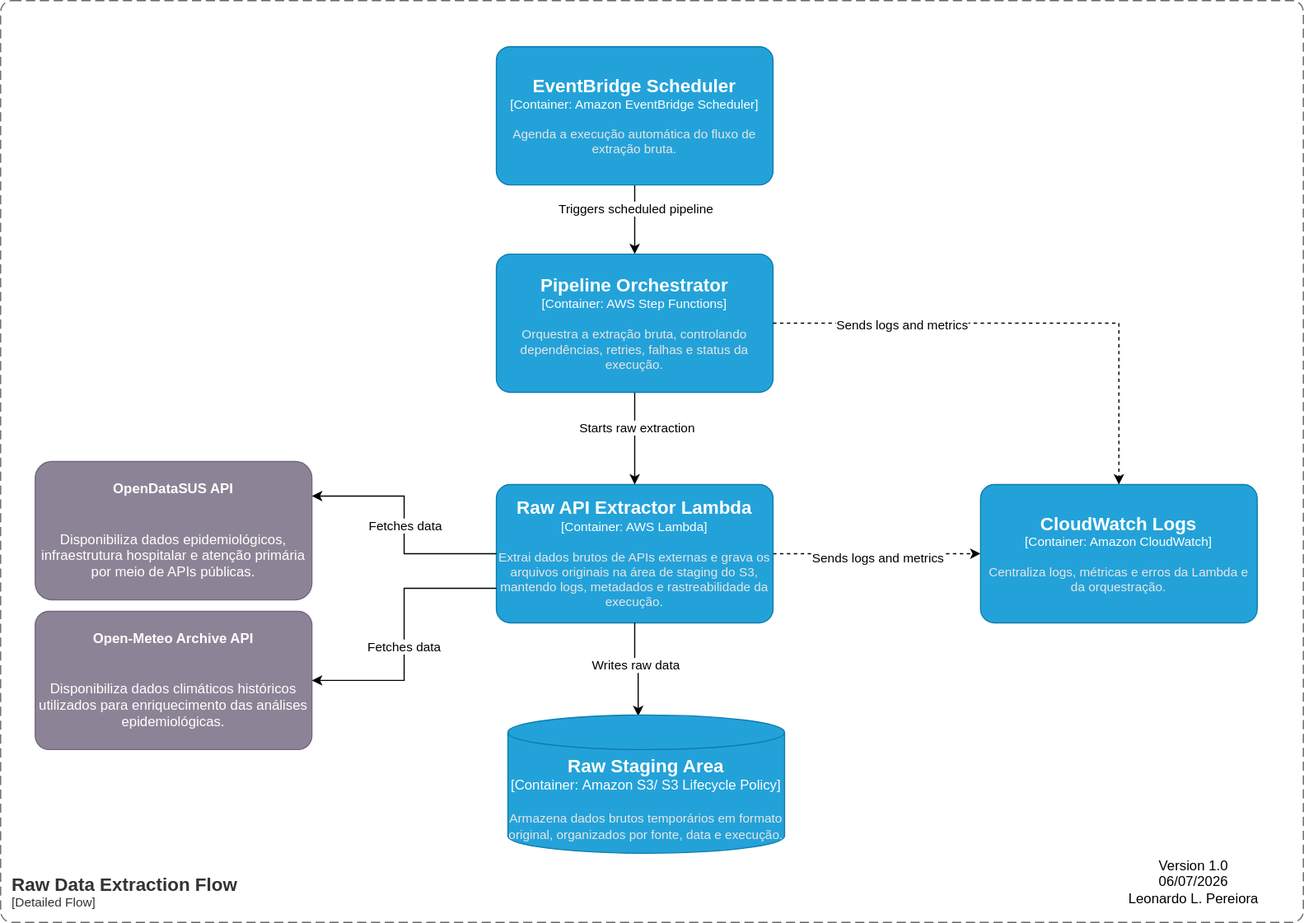
Above: architecture/c4/c3_raw_data_extraction_flow.drawio.svg in lleonardo-p/data_masters (draw.io), before the change. Source tidied: cells renumbered, new cells last; positions are measured from the earlier drawing's top-left corner, leaving out a move shared by most shapes. Source of this version:
```xml
<mxGraphModel>
  <root>
    <mxCell id="0" />
    <mxCell id="1" parent="0" />
    <object id="2" label="&lt;div style=&quot;text-align:center&quot;&gt;&#10;&#10;&lt;b&gt;OpenDataSUS API&lt;/b&gt;&#10;&#10;&lt;div style=&quot;font-size:12px&quot;&gt;&#10;Disponibiliza dados epidemiológicos, infraestrutura hospitalar e atenção primária por meio de APIs públicas.&#10;&lt;/div&gt;&#10;&#10;&lt;/div&gt;" c4Description="Sistema externo responsável pela disponibilização de dados públicos do Ministério da Saúde por meio de APIs REST." c4Name="OpenDataSUS API" c4Type="Software System" placeholders="1">
      <mxCell style="rounded=1;whiteSpace=wrap;html=1;labelBackgroundColor=none;fillColor=#8C8496;fontColor=#ffffff;align=center;arcSize=12;strokeColor=#736782;points=[[0.25,0,0],[0.5,0,0],[0.75,0,0],[1,0.25,0],[1,0.5,0],[1,0.75,0],[0.75,1,0],[0.5,1,0],[0.25,1,0],[0,0.75,0],[0,0.5,0],[0,0.25,0]];" parent="1" vertex="1">
        <mxGeometry x="30" y="400" width="240" height="120" as="geometry" />
      </mxCell>
    </object>
    <object id="3" label="&lt;div style=&quot;text-align:center&quot;&gt;&#10;&#10;&lt;b&gt;Open-Meteo Archive API&lt;/b&gt;&#10;&#10;&lt;div style=&quot;font-size:12px&quot;&gt;&#10;Disponibiliza dados climáticos históricos utilizados para enriquecimento das análises epidemiológicas.&#10;&lt;/div&gt;&#10;&#10;&lt;/div&gt;" c4Description="Disponibiliza dados climáticos históricos utilizados para enriquecimento das análises epidemiológicas." c4Name="Open-Meteo Archive API" c4Type="Software System" placeholders="1">
      <mxCell style="rounded=1;whiteSpace=wrap;html=1;labelBackgroundColor=none;fillColor=#8C8496;fontColor=#ffffff;align=center;arcSize=10;strokeColor=#736782;points=[[0.25,0,0],[0.5,0,0],[0.75,0,0],[1,0.25,0],[1,0.5,0],[1,0.75,0],[0.75,1,0],[0.5,1,0],[0.25,1,0],[0,0.75,0],[0,0.5,0],[0,0.25,0]];" parent="1" vertex="1">
        <mxGeometry x="30" y="530" width="240" height="120" as="geometry" />
      </mxCell>
    </object>
    <mxCell id="4" style="edgeStyle=orthogonalEdgeStyle;rounded=0;jettySize=auto;html=1;dashed=1;" parent="1" edge="1" source="6" target="20">
      <mxGeometry relative="1" as="geometry" />
    </mxCell>
    <mxCell id="5" value="Sends logs and metrics" style="edgeLabel;html=1;align=center;verticalAlign=middle;" parent="4" vertex="1">
      <mxGeometry y="-3" relative="1" as="geometry" />
    </mxCell>
    <object id="6" label="&lt;font style=&quot;font-size: 16px&quot;&gt;&lt;b&gt;%c4Name%&lt;/b&gt;&lt;/font&gt;&lt;div&gt;[%c4Type%: %c4Technology%]&lt;/div&gt;&lt;br&gt;&lt;div&gt;&lt;font style=&quot;font-size: 11px&quot;&gt;&lt;font color=&quot;#E6E6E6&quot;&gt;%c4Description%&lt;/font&gt;&lt;/div&gt;" c4Description="Extrai dados brutos de APIs externas e grava os arquivos originais na área de staging do S3, mantendo logs, metadados e rastreabilidade da execução." c4Name="Raw API Extractor Lambda" c4Technology="AWS Lambda" c4Type="Container" placeholders="1">
      <mxCell style="rounded=1;whiteSpace=wrap;html=1;fontSize=11;labelBackgroundColor=none;fillColor=#23A2D9;fontColor=#ffffff;align=center;arcSize=10;strokeColor=#0E7DAD;points=[[0.25,0,0],[0.5,0,0],[0.75,0,0],[1,0.25,0],[1,0.5,0],[1,0.75,0],[0.75,1,0],[0.5,1,0],[0.25,1,0],[0,0.75,0],[0,0.5,0],[0,0.25,0]];" parent="1" vertex="1">
        <mxGeometry x="430" y="420" width="240" height="120" as="geometry" />
      </mxCell>
    </object>
    <mxCell id="7" style="edgeStyle=orthogonalEdgeStyle;rounded=0;jettySize=auto;html=1;" parent="1" edge="1" source="9" target="12">
      <mxGeometry relative="1" as="geometry" />
    </mxCell>
    <mxCell id="8" value="Triggers scheduled pipeline" style="edgeLabel;html=1;align=center;verticalAlign=middle;" parent="7" vertex="1">
      <mxGeometry x="-0.34" relative="1" as="geometry" />
    </mxCell>
    <object id="9" label="&lt;font style=&quot;font-size: 16px&quot;&gt;&lt;b&gt;%c4Name%&lt;/b&gt;&lt;/font&gt;&lt;div&gt;[%c4Type%: %c4Technology%]&lt;/div&gt;&lt;br&gt;&lt;div&gt;&lt;font style=&quot;font-size: 11px&quot;&gt;&lt;font color=&quot;#E6E6E6&quot;&gt;%c4Description%&lt;/font&gt;&lt;/div&gt;" c4Description="Agenda a execução automática do fluxo de extração bruta." c4Name="EventBridge Scheduler" c4Technology="Amazon EventBridge Scheduler" c4Type="Container" placeholders="1">
      <mxCell style="rounded=1;whiteSpace=wrap;html=1;fontSize=11;labelBackgroundColor=none;fillColor=#23A2D9;fontColor=#ffffff;align=center;arcSize=10;strokeColor=#0E7DAD;points=[[0.25,0,0],[0.5,0,0],[0.75,0,0],[1,0.25,0],[1,0.5,0],[1,0.75,0],[0.75,1,0],[0.5,1,0],[0.25,1,0],[0,0.75,0],[0,0.5,0],[0,0.25,0]];" parent="1" vertex="1">
        <mxGeometry x="430" y="40" width="240" height="120" as="geometry" />
      </mxCell>
    </object>
    <mxCell id="10" style="edgeStyle=orthogonalEdgeStyle;rounded=0;jettySize=auto;html=1;" parent="1" edge="1" source="12" target="6">
      <mxGeometry relative="1" as="geometry" />
    </mxCell>
    <mxCell id="11" value="Starts raw extraction" style="edgeLabel;html=1;align=center;verticalAlign=middle;" parent="10" vertex="1">
      <mxGeometry x="-0.24" y="1" relative="1" as="geometry" />
    </mxCell>
    <object id="12" label="&lt;font style=&quot;font-size: 16px&quot;&gt;&lt;b&gt;%c4Name%&lt;/b&gt;&lt;/font&gt;&lt;div&gt;[%c4Type%: %c4Technology%]&lt;/div&gt;&lt;br&gt;&lt;div&gt;&lt;font style=&quot;font-size: 11px&quot;&gt;&lt;font color=&quot;#E6E6E6&quot;&gt;%c4Description%&lt;/font&gt;&lt;/div&gt;" c4Description="Orquestra a extração bruta, controlando dependências, retries, falhas e status da execução." c4Name="Pipeline Orchestrator" c4Technology="AWS Step Functions" c4Type="Container" placeholders="1">
      <mxCell style="rounded=1;whiteSpace=wrap;html=1;fontSize=11;labelBackgroundColor=none;fillColor=#23A2D9;fontColor=#ffffff;align=center;arcSize=10;strokeColor=#0E7DAD;points=[[0.25,0,0],[0.5,0,0],[0.75,0,0],[1,0.25,0],[1,0.5,0],[1,0.75,0],[0.75,1,0],[0.5,1,0],[0.25,1,0],[0,0.75,0],[0,0.5,0],[0,0.25,0]];" parent="1" vertex="1">
        <mxGeometry x="430" y="220" width="240" height="120" as="geometry" />
      </mxCell>
    </object>
    <mxCell id="13" style="edgeStyle=orthogonalEdgeStyle;rounded=0;jettySize=auto;html=1;entryX=1;entryY=0.25;entryDx=0;entryDy=0;entryPerimeter=0;" parent="1" edge="1" source="6" target="2">
      <mxGeometry relative="1" as="geometry" />
    </mxCell>
    <mxCell id="14" value="Fetches data" style="edgeLabel;html=1;align=center;verticalAlign=middle;" parent="13" vertex="1">
      <mxGeometry relative="1" as="geometry" />
    </mxCell>
    <mxCell id="15" style="edgeStyle=orthogonalEdgeStyle;rounded=0;jettySize=auto;html=1;exitX=0;exitY=0.75;exitDx=0;exitDy=0;exitPerimeter=0;entryX=1;entryY=0.5;entryDx=0;entryDy=0;entryPerimeter=0;" parent="1" edge="1" source="6" target="3">
      <mxGeometry relative="1" as="geometry" />
    </mxCell>
    <mxCell id="16" value="Fetches data" style="edgeLabel;html=1;align=center;verticalAlign=middle;" parent="15" vertex="1">
      <mxGeometry x="0.09" y="-1" relative="1" as="geometry" />
    </mxCell>
    <mxCell id="17" style="edgeStyle=orthogonalEdgeStyle;rounded=0;jettySize=auto;html=1;exitX=0.5;exitY=1;exitDx=0;exitDy=0;exitPerimeter=0;entryX=0.471;entryY=0.008;entryDx=0;entryDy=0;entryPerimeter=0;" parent="1" edge="1" source="6" target="19">
      <mxGeometry relative="1" as="geometry" />
    </mxCell>
    <mxCell id="18" value="Writes raw data" style="edgeLabel;html=1;align=center;verticalAlign=middle;" parent="17" vertex="1">
      <mxGeometry x="-0.13" relative="1" as="geometry" />
    </mxCell>
    <object id="19" label="&lt;font style=&quot;font-size: 16px&quot;&gt;&lt;b&gt;%c4Name%&lt;/b&gt;&lt;/font&gt;&lt;div&gt;[%c4Type%:&amp;nbsp;%c4Technology%]&lt;/div&gt;&lt;br&gt;&lt;div&gt;&lt;font style=&quot;font-size: 11px&quot;&gt;&lt;font color=&quot;#E6E6E6&quot;&gt;%c4Description%&lt;/font&gt;&lt;/div&gt;" c4Description="Armazena dados brutos temporários em formato original, organizados por fonte, data e execução." c4Name="Raw Staging Area" c4Technology="Amazon S3/ S3 Lifecycle Policy" c4Type="Container" placeholders="1">
      <mxCell style="shape=cylinder3;size=15;whiteSpace=wrap;html=1;boundedLbl=1;rounded=0;labelBackgroundColor=none;fillColor=#23A2D9;fontSize=12;fontColor=#ffffff;align=center;strokeColor=#0E7DAD;points=[[0.5,0,0],[1,0.25,0],[1,0.5,0],[1,0.75,0],[0.5,1,0],[0,0.75,0],[0,0.5,0],[0,0.25,0]];" parent="1" vertex="1">
        <mxGeometry x="440" y="620" width="240" height="120" as="geometry" />
      </mxCell>
    </object>
    <object id="20" label="&lt;font style=&quot;font-size: 16px&quot;&gt;&lt;b&gt;%c4Name%&lt;/b&gt;&lt;/font&gt;&lt;div&gt;[%c4Type%: %c4Technology%]&lt;/div&gt;&lt;br&gt;&lt;div&gt;&lt;font style=&quot;font-size: 11px&quot;&gt;&lt;font color=&quot;#E6E6E6&quot;&gt;%c4Description%&lt;/font&gt;&lt;/div&gt;" c4Description="Centraliza logs, métricas e erros da Lambda e da orquestração." c4Name="CloudWatch Logs" c4Technology="Amazon CloudWatch" c4Type="Container" placeholders="1">
      <mxCell style="rounded=1;whiteSpace=wrap;html=1;fontSize=11;labelBackgroundColor=none;fillColor=#23A2D9;fontColor=#ffffff;align=center;arcSize=10;strokeColor=#0E7DAD;points=[[0.25,0,0],[0.5,0,0],[0.75,0,0],[1,0.25,0],[1,0.5,0],[1,0.75,0],[0.75,1,0],[0.5,1,0],[0.25,1,0],[0,0.75,0],[0,0.5,0],[0,0.25,0]];" parent="1" vertex="1">
        <mxGeometry x="850" y="420" width="240" height="120" as="geometry" />
      </mxCell>
    </object>
    <mxCell id="21" style="edgeStyle=orthogonalEdgeStyle;rounded=0;jettySize=auto;html=1;exitX=1;exitY=0.5;exitDx=0;exitDy=0;exitPerimeter=0;entryX=0.5;entryY=0;entryDx=0;entryDy=0;entryPerimeter=0;dashed=1;" parent="1" edge="1" source="12" target="20">
      <mxGeometry relative="1" as="geometry" />
    </mxCell>
    <mxCell id="22" value="&lt;span style=&quot;color: rgba(0, 0, 0, 0); font-family: monospace; font-size: 0px; text-align: start; background-color: rgb(236, 236, 236);&quot;&gt;%3CmxGraphModel%3E%3Croot%3E%3CmxCell%20id%3D%220%22%2F%3E%3CmxCell%20id%3D%221%22%20parent%3D%220%22%2F%3E%3CmxCell%20id%3D%222%22%20connectable%3D%220%22%20parent%3D%221%22%20style%3D%22edgeLabel%3Bhtml%3D1%3Balign%3Dcenter%3BverticalAlign%3Dmiddle%3Bresizable%3D0%3Bpoints%3D%5B%5D%3B%22%20value%3D%22Sends%20logs%20and%20metrics%22%20vertex%3D%221%22%3E%3CmxGeometry%20x%3D%22-50%22%20y%3D%22-1077%22%20as%3D%22geometry%22%2F%3E%3C%2FmxCell%3E%3C%2Froot%3E%3C%2FmxGraphModel%3E&lt;/span&gt;" style="edgeLabel;html=1;align=center;verticalAlign=middle;" parent="21" vertex="1">
      <mxGeometry x="-0.47" y="1" relative="1" as="geometry" />
    </mxCell>
    <mxCell id="23" value="Sends logs and metrics" style="edgeLabel;html=1;align=center;verticalAlign=middle;" parent="21" vertex="1">
      <mxGeometry x="-0.5" y="-1" relative="1" as="geometry" />
    </mxCell>
    <object id="24" label="&lt;font style=&quot;font-size: 16px&quot;&gt;&lt;b&gt;&lt;div style=&quot;text-align: left&quot;&gt;%c4Name%&lt;/div&gt;&lt;/b&gt;&lt;/font&gt;&lt;div style=&quot;text-align: left&quot;&gt;[%c4Application%]&lt;/div&gt;" c4Application="Detailed Flow" c4Name="Raw Data Extraction Flow" c4Type="ContainerScopeBoundary" placeholders="1">
      <mxCell style="rounded=1;fontSize=11;whiteSpace=wrap;html=1;dashed=1;arcSize=20;fillColor=none;strokeColor=#666666;fontColor=#333333;labelBackgroundColor=none;align=left;verticalAlign=bottom;labelBorderColor=none;spacingTop=0;spacing=10;dashPattern=8 4;perimeter=rectanglePerimeter;noLabel=0;labelPadding=0;absoluteArcSize=1;" parent="1" vertex="1">
        <mxGeometry width="1130" height="800" as="geometry" />
      </mxCell>
    </object>
    <mxCell id="25" value="Version 1.0&lt;div&gt;06/07/2026&lt;/div&gt;&lt;div&gt;Leonardo L. Pereiora&lt;/div&gt;" style="text;html=1;whiteSpace=wrap;strokeColor=none;fillColor=none;align=center;verticalAlign=middle;rounded=0;" parent="1" vertex="1">
      <mxGeometry x="960" y="750" width="150" height="30" as="geometry" />
    </mxCell>
  </root>
</mxGraphModel>
```
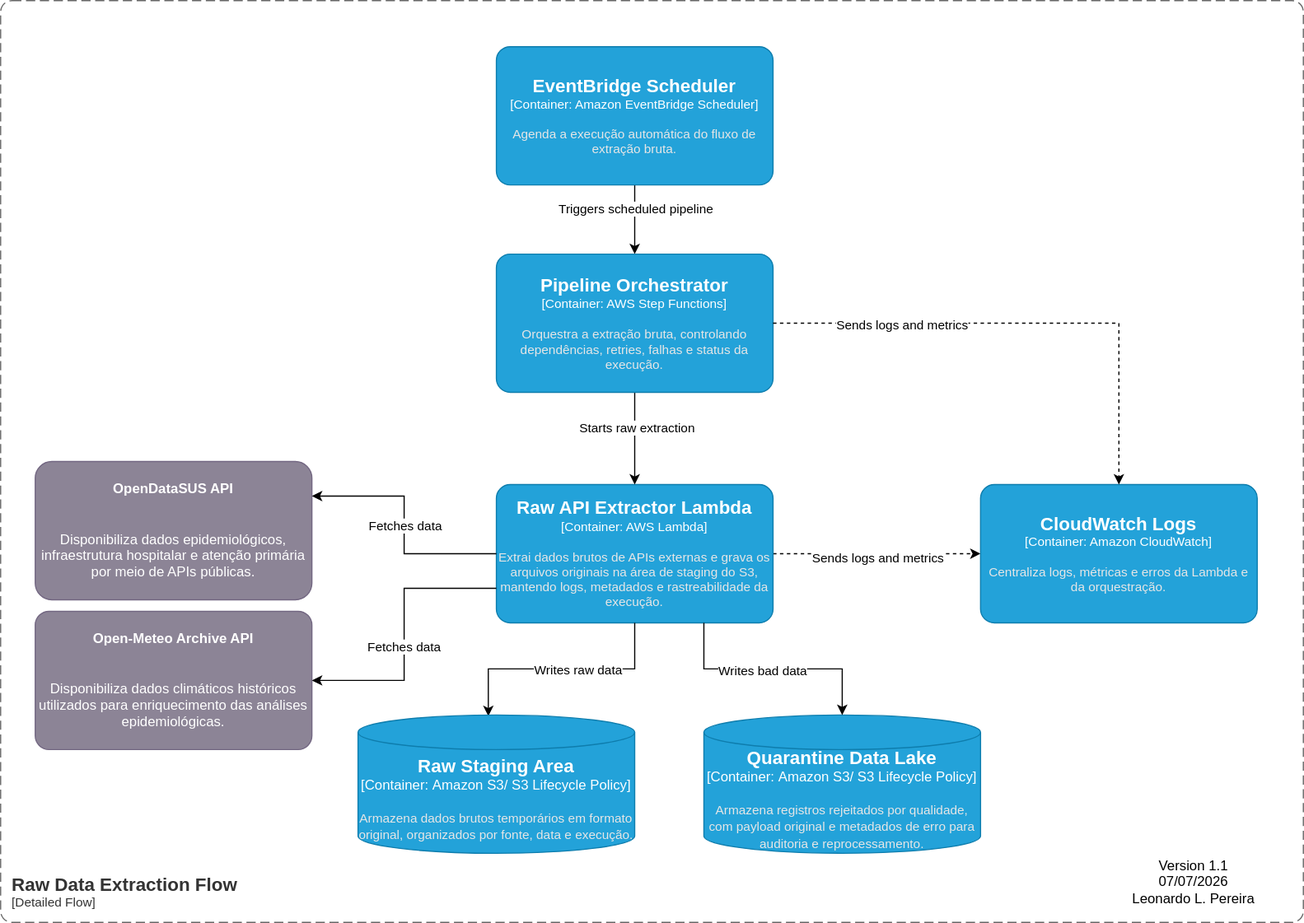
Above is the later version.

What changed in the source:
```diff
@@ -65,7 +65,7 @@
     </mxCell>
     <object id="19" label="&lt;font style=&quot;font-size: 16px&quot;&gt;&lt;b&gt;%c4Name%&lt;/b&gt;&lt;/font&gt;&lt;div&gt;[%c4Type%:&amp;nbsp;%c4Technology%]&lt;/div&gt;&lt;br&gt;&lt;div&gt;&lt;font style=&quot;font-size: 11px&quot;&gt;&lt;font color=&quot;#E6E6E6&quot;&gt;%c4Description%&lt;/font&gt;&lt;/div&gt;" c4Description="Armazena dados brutos temporários em formato original, organizados por fonte, data e execução." c4Name="Raw Staging Area" c4Technology="Amazon S3/ S3 Lifecycle Policy" c4Type="Container" placeholders="1">
       <mxCell style="shape=cylinder3;size=15;whiteSpace=wrap;html=1;boundedLbl=1;rounded=0;labelBackgroundColor=none;fillColor=#23A2D9;fontSize=12;fontColor=#ffffff;align=center;strokeColor=#0E7DAD;points=[[0.5,0,0],[1,0.25,0],[1,0.5,0],[1,0.75,0],[0.5,1,0],[0,0.75,0],[0,0.5,0],[0,0.25,0]];" parent="1" vertex="1">
-        <mxGeometry x="440" y="620" width="240" height="120" as="geometry" />
+        <mxGeometry x="310" y="620" width="240" height="120" as="geometry" />
       </mxCell>
     </object>
     <object id="20" label="&lt;font style=&quot;font-size: 16px&quot;&gt;&lt;b&gt;%c4Name%&lt;/b&gt;&lt;/font&gt;&lt;div&gt;[%c4Type%: %c4Technology%]&lt;/div&gt;&lt;br&gt;&lt;div&gt;&lt;font style=&quot;font-size: 11px&quot;&gt;&lt;font color=&quot;#E6E6E6&quot;&gt;%c4Description%&lt;/font&gt;&lt;/div&gt;" c4Description="Centraliza logs, métricas e erros da Lambda e da orquestração." c4Name="CloudWatch Logs" c4Technology="Amazon CloudWatch" c4Type="Container" placeholders="1">
@@ -87,8 +87,19 @@
         <mxGeometry width="1130" height="800" as="geometry" />
       </mxCell>
     </object>
-    <mxCell id="25" value="Version 1.0&lt;div&gt;06/07/2026&lt;/div&gt;&lt;div&gt;Leonardo L. Pereiora&lt;/div&gt;" style="text;html=1;whiteSpace=wrap;strokeColor=none;fillColor=none;align=center;verticalAlign=middle;rounded=0;" parent="1" vertex="1">
+    <mxCell id="25" value="Version 1.1&lt;div&gt;07/07/2026&lt;/div&gt;&lt;div&gt;Leonardo L. Pereira&lt;/div&gt;" style="text;html=1;whiteSpace=wrap;strokeColor=none;fillColor=none;align=center;verticalAlign=middle;rounded=0;" parent="1" vertex="1">
       <mxGeometry x="960" y="750" width="150" height="30" as="geometry" />
     </mxCell>
+    <object id="26" label="&lt;font style=&quot;font-size: 16px&quot;&gt;&lt;b&gt;%c4Name%&lt;/b&gt;&lt;/font&gt;&lt;div&gt;[%c4Type%:&amp;nbsp;%c4Technology%]&lt;/div&gt;&lt;br&gt;&lt;div&gt;&lt;font style=&quot;font-size: 11px&quot;&gt;&lt;font color=&quot;#E6E6E6&quot;&gt;%c4Description%&lt;/font&gt;&lt;/div&gt;" c4Description="Armazena registros rejeitados por qualidade, com payload original e metadados de erro para auditoria e reprocessamento." c4Name="Quarantine Data Lake" c4Technology="Amazon S3/ S3 Lifecycle Policy" c4Type="Container" placeholders="1">
+      <mxCell style="shape=cylinder3;size=15;whiteSpace=wrap;html=1;boundedLbl=1;rounded=0;labelBackgroundColor=none;fillColor=#23A2D9;fontSize=12;fontColor=#ffffff;align=center;strokeColor=#0E7DAD;points=[[0.5,0,0],[1,0.25,0],[1,0.5,0],[1,0.75,0],[0.5,1,0],[0,0.75,0],[0,0.5,0],[0,0.25,0]];" parent="1" vertex="1">
+        <mxGeometry x="610" y="620" width="240" height="120" as="geometry" />
+      </mxCell>
+    </object>
+    <mxCell id="27" style="edgeStyle=orthogonalEdgeStyle;rounded=0;jettySize=auto;html=1;exitX=0.75;exitY=1;exitDx=0;exitDy=0;exitPerimeter=0;entryX=0.5;entryY=0;entryDx=0;entryDy=0;entryPerimeter=0;" parent="1" edge="1" source="6" target="26">
+      <mxGeometry relative="1" as="geometry" />
+    </mxCell>
+    <mxCell id="28" value="Writes bad data" style="edgeLabel;html=1;align=center;verticalAlign=middle;" parent="27" vertex="1">
+      <mxGeometry x="-0.1" y="-1" relative="1" as="geometry" />
+    </mxCell>
   </root>
 </mxGraphModel>
```
